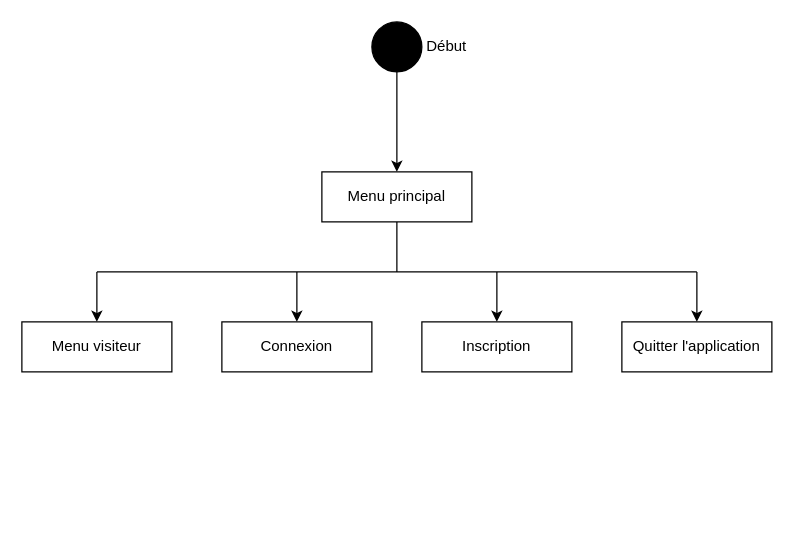
wahib299/ProjetInfo2A keeps this draw.io diagram as Diagramme d'état de l'application.drawio. Above is the earlier version. Source tidied: cells renumbered, new cells numbered last; positions are measured from the earlier drawing's top-left corner, leaving out a move shared by most shapes. Both pictures are drawn from the tidied source at 125%, with x=0, y=0 at pixel (21, 21).
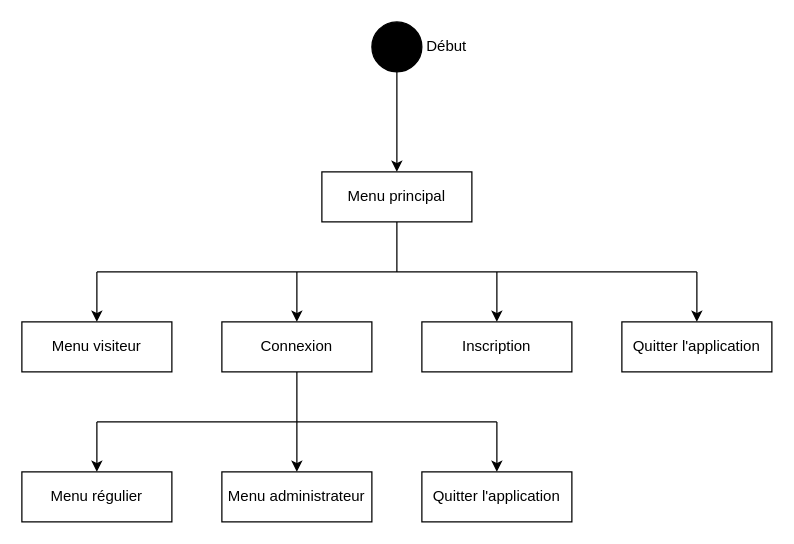
The same diagram, later.

Unchanged cells that the change refers to:
```xml
<mxCell id="4" value="Connexion" style="rounded=0;whiteSpace=wrap;html=1;fillColor=#FFFFFF;" parent="1" vertex="1">
  <mxGeometry x="160" y="240" width="120" height="40" as="geometry" />
</mxCell>
```

The edit, as a diff of the source:
```diff
@@
+    <mxCell id="16" style="endArrow=none;html=1;entryX=0.5;entryY=1;entryDx=0;entryDy=0;" parent="1" edge="1" target="4">
+      <mxGeometry relative="1" as="geometry">
+        <mxPoint x="220" y="320" as="sourcePoint" />
+      </mxGeometry>
+    </mxCell>
+    <mxCell id="17" style="endArrow=none;html=1;" parent="1" edge="1">
+      <mxGeometry relative="1" as="geometry">
+        <mxPoint x="60" y="320" as="sourcePoint" />
+        <mxPoint x="380" y="320" as="targetPoint" />
+      </mxGeometry>
+    </mxCell>
+    <mxCell id="18" value="Menu régulier" style="rounded=0;whiteSpace=wrap;html=1;fillColor=#FFFFFF;" parent="1" vertex="1">
+      <mxGeometry y="360" width="120" height="40" as="geometry" />
+    </mxCell>
+    <mxCell id="19" value="Menu administrateur" style="rounded=0;whiteSpace=wrap;html=1;fillColor=#FFFFFF;" parent="1" vertex="1">
+      <mxGeometry x="160" y="360" width="120" height="40" as="geometry" />
+    </mxCell>
+    <mxCell id="20" style="endArrow=classic;html=1;entryX=0.5;entryY=0;entryDx=0;entryDy=0;" parent="1" edge="1" target="19">
+      <mxGeometry relative="1" as="geometry">
+        <mxPoint x="220" y="320" as="sourcePoint" />
+      </mxGeometry>
+    </mxCell>
+    <mxCell id="21" style="endArrow=classic;html=1;" parent="1" edge="1" target="18">
+      <mxGeometry relative="1" as="geometry">
+        <mxPoint x="60" y="320" as="sourcePoint" />
+      </mxGeometry>
+    </mxCell>
+    <mxCell id="22" value="Quitter l'application" style="rounded=0;whiteSpace=wrap;html=1;fillColor=#FFFFFF;" parent="1" vertex="1">
+      <mxGeometry x="320" y="360" width="120" height="40" as="geometry" />
+    </mxCell>
+    <mxCell id="23" style="endArrow=classic;html=1;entryX=0.5;entryY=0;entryDx=0;entryDy=0;" parent="1" edge="1" target="22">
+      <mxGeometry relative="1" as="geometry">
+        <mxPoint x="380" y="320" as="sourcePoint" />
+      </mxGeometry>
+    </mxCell>
```
